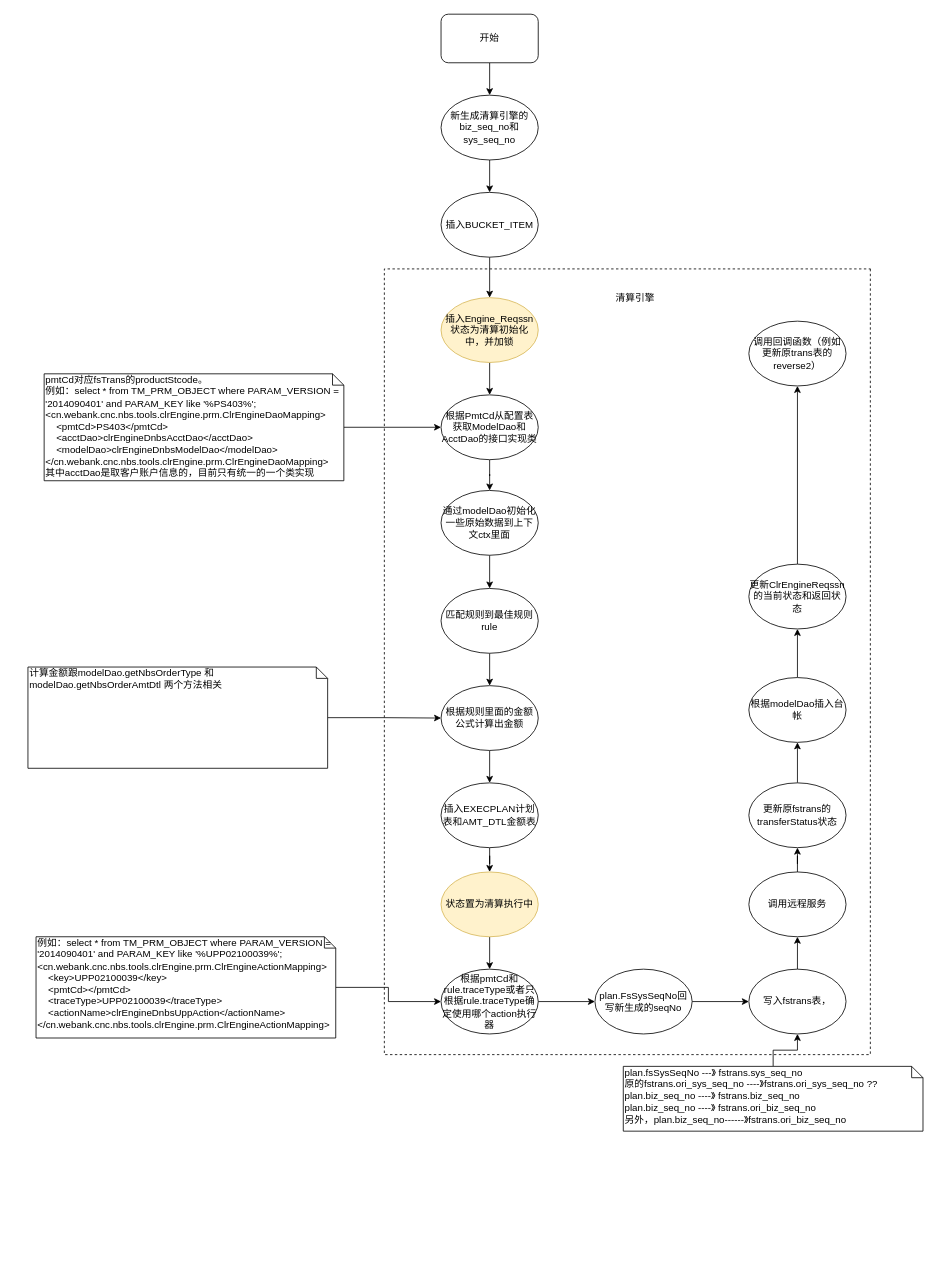
Earlier version of the draw.io diagram 清算引擎.drawio (staconfree/design). Source tidied: cells renumbered, new cells numbered last; positions are measured from the earlier drawing's top-left corner, leaving out a move shared by most shapes. Both pictures are drawn from the tidied source at 81%, with x=0, y=0 at pixel (28, 14).
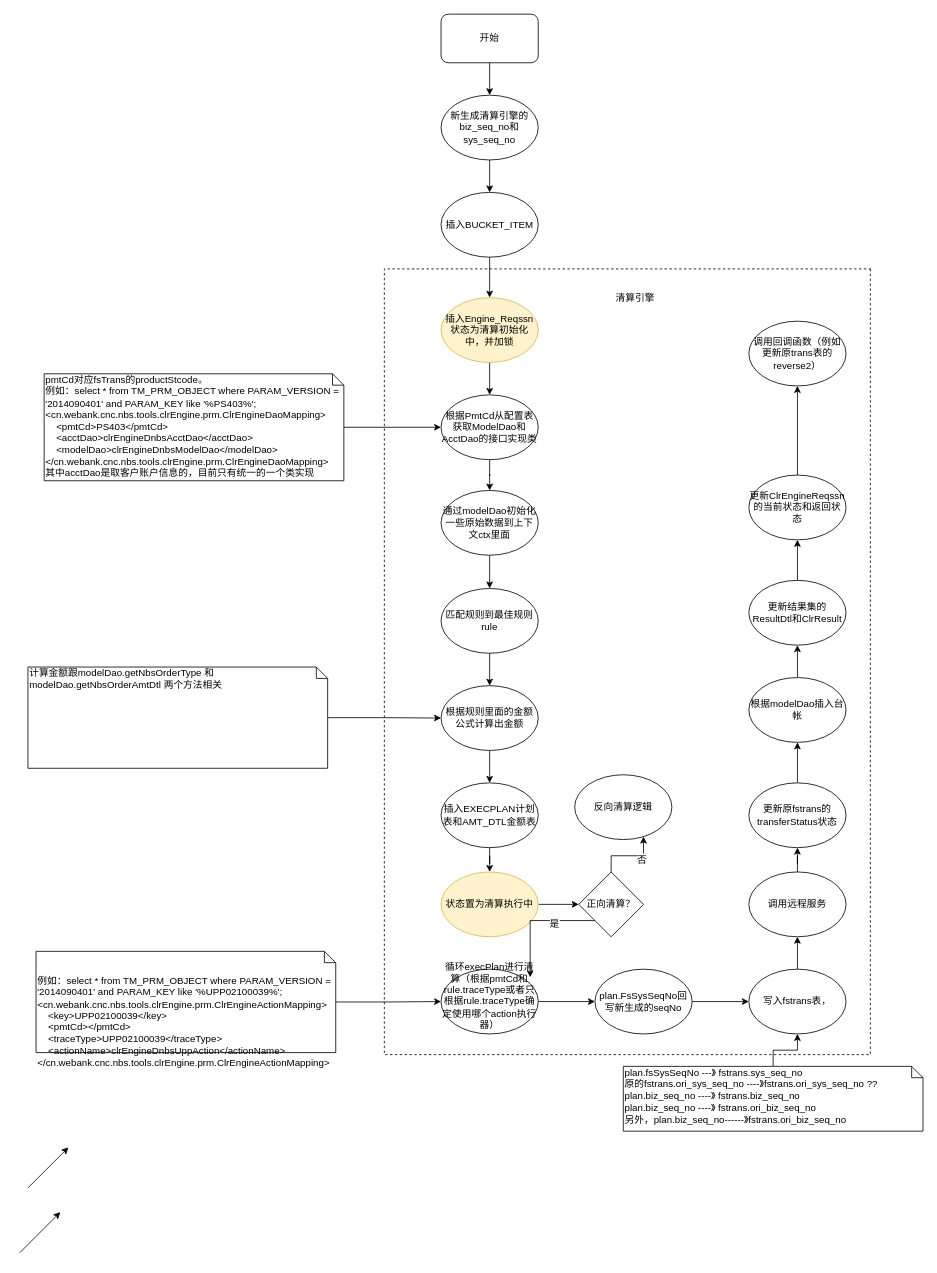
The same page after the edit.

Commit message:
更新清算引擎.drawio

Unchanged cells that the change refers to:
```xml
<mxCell id="23" value="状态置为清算执行中" style="ellipse;whiteSpace=wrap;html=1;fillColor=#fff2cc;strokeColor=#d6b656;" parent="1" vertex="1">
  <mxGeometry x="510" y="1059" width="120" height="80" as="geometry" />
</mxCell>
<mxCell id="39" value="根据modelDao插入台帐" style="ellipse;whiteSpace=wrap;html=1;" parent="1" vertex="1">
  <mxGeometry x="890" y="819" width="120" height="80" as="geometry" />
</mxCell>
```

Diff of the diagram source:
```diff
@@
+    <mxCell id="45" style="rounded=0;whiteSpace=wrap;html=1;dashed=1;fillColor=none;direction=south;" parent="1" vertex="1">
+      <mxGeometry x="440" y="314.5" width="600" height="970" as="geometry" />
+    </mxCell>
@@
-    <mxCell id="22" style="edgeStyle=orthogonalEdgeStyle;rounded=0;jettySize=auto;html=1;" parent="1" edge="1" source="23" target="25">
-      <mxGeometry relative="1" as="geometry" />
-    </mxCell>
+    <mxCell id="47" style="edgeStyle=orthogonalEdgeStyle;rounded=0;jettySize=auto;html=1;" parent="1" edge="1" source="23" target="55">
+      <mxGeometry relative="1" as="geometry" />
+    </mxCell>
@@
-    <mxCell id="25" value="根据pmtCd和rule.traceType或者只根据rule.traceType确定使用哪个action执行器" style="ellipse;whiteSpace=wrap;html=1;" parent="1" vertex="1">
+    <mxCell id="25" value="&lt;div&gt;循环execPlan进行清算（根据pmtCd和rule.traceType或者只根据rule.traceType确定使用哪个action执行器）&lt;br&gt;&lt;/div&gt;&lt;div&gt;&lt;br&gt;&lt;/div&gt;" style="ellipse;whiteSpace=wrap;html=1;" parent="1" vertex="1">
       <mxGeometry x="510" y="1179" width="120" height="80" as="geometry" />
     </mxCell>
@@
-    <mxCell id="27" value="例如：select * from TM_PRM_OBJECT where PARAM_VERSION = '2014090401' and PARAM_KEY like '%UPP02100039%';&lt;br&gt;&amp;lt;cn.webank.cnc.nbs.tools.clrEngine.prm.ClrEngineActionMapping&amp;gt;&lt;br&gt;&amp;nbsp;&amp;nbsp;&amp;nbsp; &amp;lt;key&amp;gt;UPP02100039&amp;lt;/key&amp;gt;&lt;br&gt;&amp;nbsp;&amp;nbsp;&amp;nbsp; &amp;lt;pmtCd&amp;gt;&amp;lt;/pmtCd&amp;gt;&lt;br&gt;&amp;nbsp;&amp;nbsp;&amp;nbsp; &amp;lt;traceType&amp;gt;UPP02100039&amp;lt;/traceType&amp;gt;&lt;br&gt;&amp;nbsp;&amp;nbsp;&amp;nbsp; &amp;lt;actionName&amp;gt;clrEngineDnbsUppAction&amp;lt;/actionName&amp;gt;&lt;br&gt;&amp;lt;/cn.webank.cnc.nbs.tools.clrEngine.prm.ClrEngineActionMapping&amp;gt;" style="shape=note;whiteSpace=wrap;html=1;size=14;verticalAlign=top;align=left;spacingTop=-6;" parent="1" vertex="1">
-      <mxGeometry x="10" y="1139" width="370" height="125" as="geometry" />
+    <mxCell id="27" value="&lt;div&gt;&lt;br&gt;&lt;/div&gt;&lt;div&gt;&lt;br&gt;&lt;/div&gt;&lt;div&gt;例如：select * from TM_PRM_OBJECT where PARAM_VERSION = '2014090401' and PARAM_KEY like '%UPP02100039%';&lt;/div&gt;&amp;lt;cn.webank.cnc.nbs.tools.clrEngine.prm.ClrEngineActionMapping&amp;gt;&lt;br&gt;&amp;nbsp;&amp;nbsp;&amp;nbsp; &amp;lt;key&amp;gt;UPP02100039&amp;lt;/key&amp;gt;&lt;br&gt;&amp;nbsp;&amp;nbsp;&amp;nbsp; &amp;lt;pmtCd&amp;gt;&amp;lt;/pmtCd&amp;gt;&lt;br&gt;&amp;nbsp;&amp;nbsp;&amp;nbsp; &amp;lt;traceType&amp;gt;UPP02100039&amp;lt;/traceType&amp;gt;&lt;br&gt;&amp;nbsp;&amp;nbsp;&amp;nbsp; &amp;lt;actionName&amp;gt;clrEngineDnbsUppAction&amp;lt;/actionName&amp;gt;&lt;br&gt;&amp;lt;/cn.webank.cnc.nbs.tools.clrEngine.prm.ClrEngineActionMapping&amp;gt;" style="shape=note;whiteSpace=wrap;html=1;size=14;verticalAlign=top;align=left;spacingTop=-6;" parent="1" vertex="1">
+      <mxGeometry x="10" y="1157" width="370" height="125" as="geometry" />
     </mxCell>
@@
-    <mxCell id="38" style="edgeStyle=orthogonalEdgeStyle;rounded=0;jettySize=auto;html=1;" parent="1" edge="1" source="39" target="43">
-      <mxGeometry relative="1" as="geometry" />
-    </mxCell>
+    <mxCell id="48" style="edgeStyle=orthogonalEdgeStyle;rounded=0;jettySize=auto;html=1;" parent="1" edge="1" source="39" target="50">
+      <mxGeometry relative="1" as="geometry" />
+    </mxCell>
@@
     <mxCell id="43" value="&lt;div&gt;更新ClrEngineReqssn的当前状态和返回状态&lt;/div&gt;" style="ellipse;whiteSpace=wrap;html=1;" parent="1" vertex="1">
-      <mxGeometry x="890" y="679" width="120" height="80" as="geometry" />
+      <mxGeometry x="890" y="569" width="120" height="80" as="geometry" />
     </mxCell>
@@
-    <mxCell id="45" style="rounded=0;whiteSpace=wrap;html=1;dashed=1;fillColor=none;direction=south;" parent="1" vertex="1">
-      <mxGeometry x="440" y="314.5" width="600" height="970" as="geometry" />
-    </mxCell>
@@
+    <mxCell id="49" style="edgeStyle=orthogonalEdgeStyle;rounded=0;jettySize=auto;html=1;" parent="1" edge="1" source="50" target="43">
+      <mxGeometry relative="1" as="geometry" />
+    </mxCell>
+    <mxCell id="50" value="更新结果集的ResultDtl和ClrResult" style="ellipse;whiteSpace=wrap;html=1;fillColor=none;" parent="1" vertex="1">
+      <mxGeometry x="890" y="699" width="120" height="80" as="geometry" />
+    </mxCell>
+    <mxCell id="51" style="edgeStyle=orthogonalEdgeStyle;rounded=0;jettySize=auto;html=1;exitX=0;exitY=1;exitDx=0;exitDy=0;entryX=0.917;entryY=0.125;entryDx=0;entryDy=0;entryPerimeter=0;" parent="1" edge="1" source="55" target="25">
+      <mxGeometry relative="1" as="geometry" />
+    </mxCell>
+    <mxCell id="52" value="是" style="text;html=1;align=center;verticalAlign=middle;labelBackgroundColor=#ffffff;" parent="51" vertex="1">
+      <mxGeometry x="-0.32" y="4" relative="1" as="geometry" />
+    </mxCell>
+    <mxCell id="53" style="edgeStyle=orthogonalEdgeStyle;rounded=0;jettySize=auto;html=1;exitX=0.5;exitY=0;exitDx=0;exitDy=0;" parent="1" edge="1" source="55" target="57">
+      <mxGeometry relative="1" as="geometry">
+        <Array as="points">
+          <mxPoint x="720" y="1039" />
+          <mxPoint x="760" y="1039" />
+        </Array>
+      </mxGeometry>
+    </mxCell>
+    <mxCell id="54" value="否" style="text;html=1;align=center;verticalAlign=middle;labelBackgroundColor=#ffffff;" parent="53" vertex="1">
+      <mxGeometry x="0.36" y="-4" relative="1" as="geometry" />
+    </mxCell>
+    <mxCell id="55" value="正向清算？" style="rhombus;whiteSpace=wrap;html=1;fillColor=none;" parent="1" vertex="1">
+      <mxGeometry x="680" y="1059" width="80" height="80" as="geometry" />
+    </mxCell>
+    <mxCell id="56" style="endArrow=classic;html=1;" parent="1" edge="1">
+      <mxGeometry relative="1" as="geometry">
+        <mxPoint y="1449" as="sourcePoint" />
+        <mxPoint x="50" y="1399" as="targetPoint" />
+      </mxGeometry>
+    </mxCell>
+    <mxCell id="57" value="反向清算逻辑" style="ellipse;whiteSpace=wrap;html=1;fillColor=none;" parent="1" vertex="1">
+      <mxGeometry x="675" y="939" width="120" height="80" as="geometry" />
+    </mxCell>
+    <mxCell id="58" style="endArrow=classic;html=1;" parent="1" edge="1">
+      <mxGeometry relative="1" as="geometry">
+        <mxPoint x="-10" y="1529" as="sourcePoint" />
+        <mxPoint x="40" y="1479" as="targetPoint" />
+      </mxGeometry>
+    </mxCell>
```
